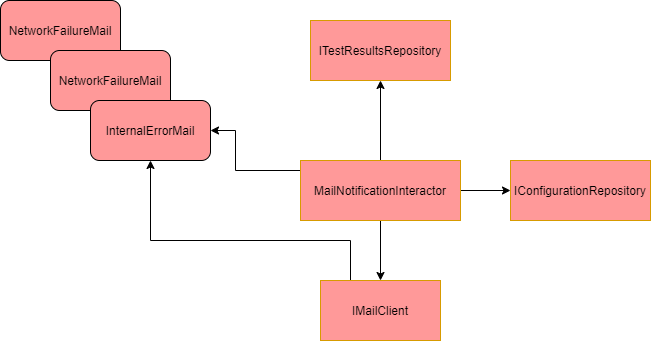
The draw.io diagram assets/clean-architecture/sending-emails/Step1.drawio.png in plainionist/plainionist.github.io, before a commit. Source tidied: cells renumbered, new cells last; positions are measured from the earlier drawing's top-left corner, leaving out a move shared by most shapes.
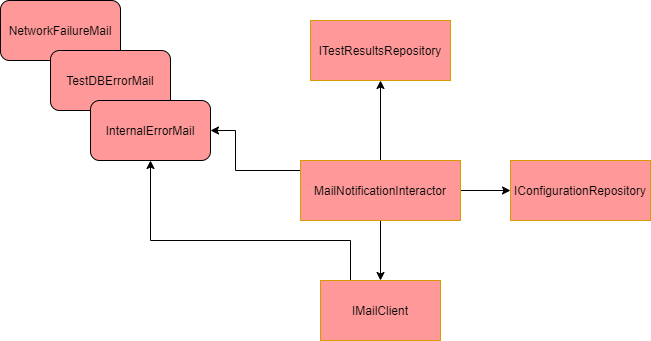
Later version of the same file.

The edit, as a diff of the source:
```diff
@@ -43,7 +43,7 @@
     <mxCell id="11" value="IConfigurationRepository" style="rounded=0;whiteSpace=wrap;html=1;fillColor=#FF9999;strokeColor=#d79b00;" parent="1" vertex="1">
       <mxGeometry x="510" y="160" width="140" height="60" as="geometry" />
     </mxCell>
-    <mxCell id="12" value="NetworkFailureMail" style="rounded=1;whiteSpace=wrap;html=1;fillColor=#FF9999;" parent="1" vertex="1">
+    <mxCell id="12" value="TestDBErrorMail" style="rounded=1;whiteSpace=wrap;html=1;fillColor=#FF9999;" parent="1" vertex="1">
       <mxGeometry x="50" y="50" width="120" height="60" as="geometry" />
     </mxCell>
     <mxCell id="13" value="InternalErrorMail" style="rounded=1;whiteSpace=wrap;html=1;fillColor=#FF9999;" parent="1" vertex="1">
```
